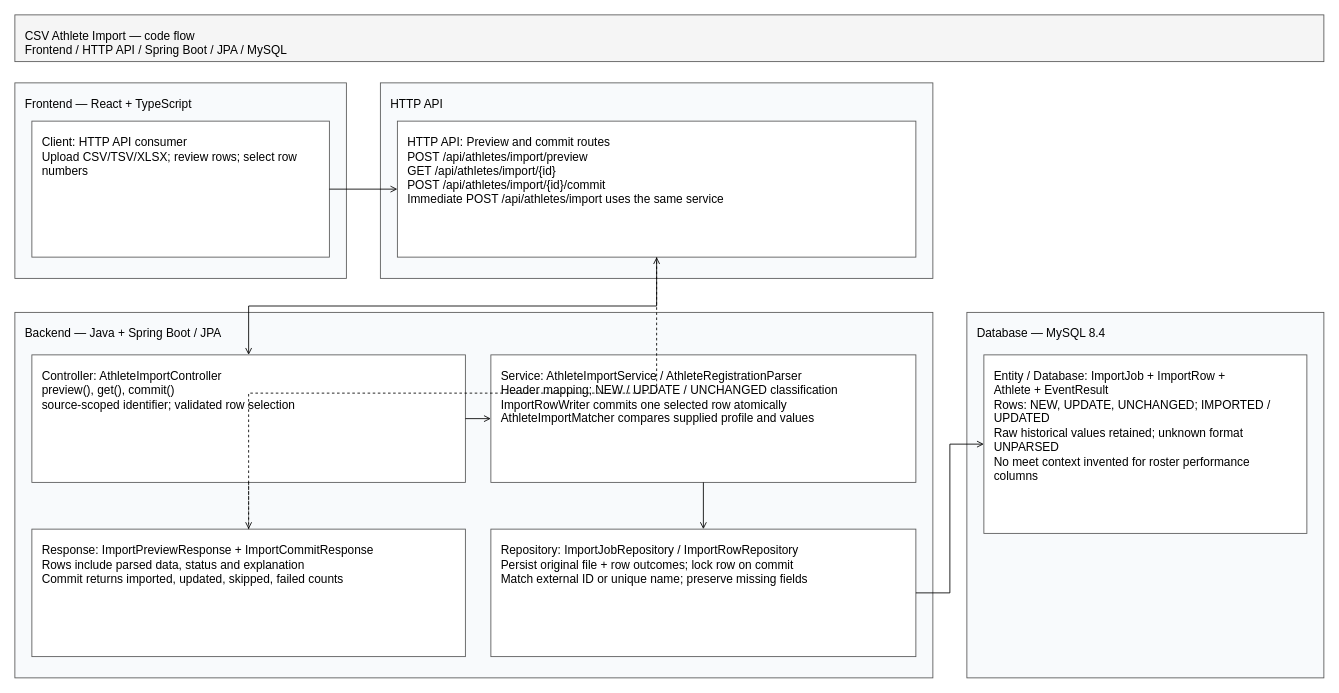
This is page "CSV Athlete Import" (6 of 7) of docs/diagrams/use-case-code-diagrams.drawio from Cyber410/Flying-Angels, a draw.io file, before an edit. Source tidied: cells renumbered, new cells numbered last; positions are measured from the earlier drawing's top-left corner, leaving out a move shared by most shapes. Both pictures are drawn from the tidied source at 85%, with x=0, y=0 at pixel (14, 14).
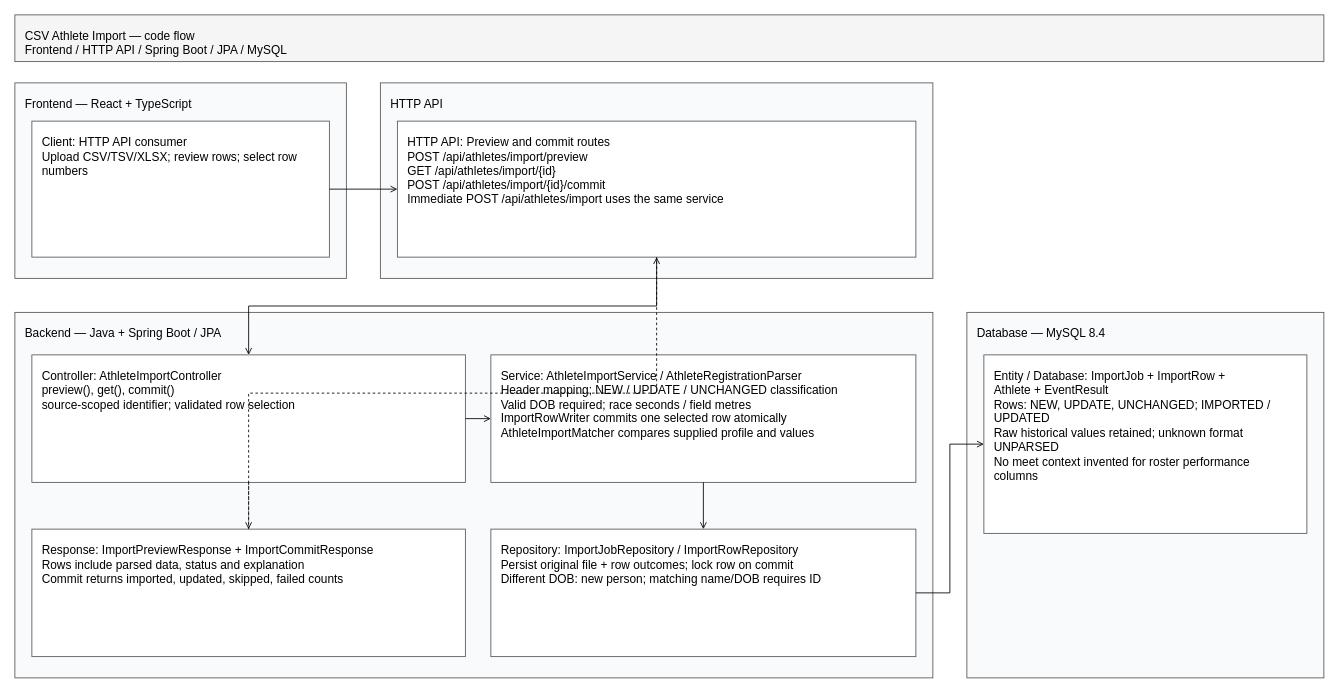
After the change.

The edit, as a diff of the source:
```diff
@@
-    <mxCell id="10" value="Service: AthleteImportService / AthleteRegistrationParser&#10;Header mapping; NEW / UPDATE / UNCHANGED classification&#10;ImportRowWriter commits one selected row atomically&#10;AthleteImportMatcher compares supplied profile and values" style="rounded=0;whiteSpace=wrap;html=0;align=left;verticalAlign=top;spacing=12;fontSize=14;fillColor=#ffffff;strokeColor=#555555;" parent="1" vertex="1">
+    <mxCell id="10" value="Service: AthleteImportService / AthleteRegistrationParser&#10;Header mapping; NEW / UPDATE / UNCHANGED classification&#10;Valid DOB required; race seconds / field metres&#10;ImportRowWriter commits one selected row atomically&#10;AthleteImportMatcher compares supplied profile and values" style="rounded=0;whiteSpace=wrap;html=0;align=left;verticalAlign=top;spacing=12;fontSize=14;fillColor=#ffffff;strokeColor=#555555;" parent="1" vertex="1">
       <mxGeometry x="560" y="400" width="500" height="150" as="geometry" />
     </mxCell>
-    <mxCell id="11" value="Repository: ImportJobRepository / ImportRowRepository&#10;Persist original file + row outcomes; lock row on commit&#10;Match external ID or unique name; preserve missing fields" style="rounded=0;whiteSpace=wrap;html=0;align=left;verticalAlign=top;spacing=12;fontSize=14;fillColor=#ffffff;strokeColor=#555555;" parent="1" vertex="1">
+    <mxCell id="11" value="Repository: ImportJobRepository / ImportRowRepository&#10;Persist original file + row outcomes; lock row on commit&#10;Different DOB: new person; matching name/DOB requires ID" style="rounded=0;whiteSpace=wrap;html=0;align=left;verticalAlign=top;spacing=12;fontSize=14;fillColor=#ffffff;strokeColor=#555555;" parent="1" vertex="1">
       <mxGeometry x="560" y="605" width="500" height="150" as="geometry" />
     </mxCell>
```
